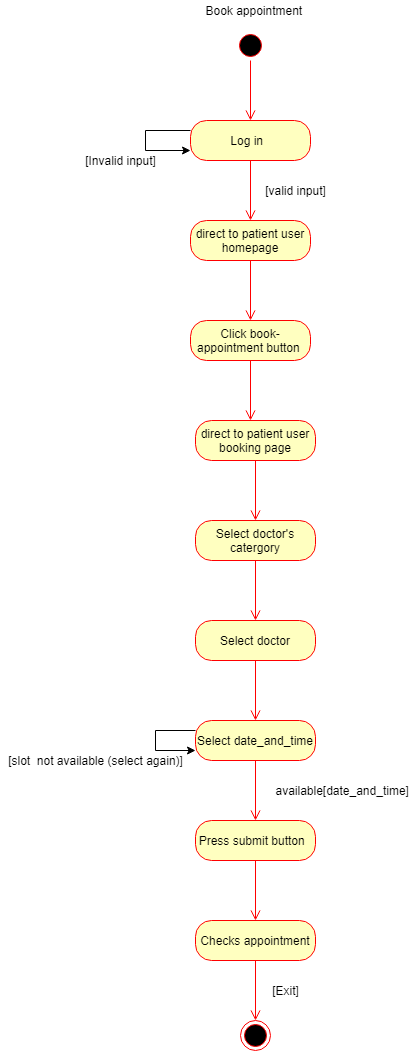
Before: case diagrams sprint 2/state diagram.png, a diagram exported from draw.io (MayibongweEyeMagic/Doctors_AID). Source tidied: cells renumbered, new cells last; positions are measured from the earlier drawing's top-left corner, leaving out a move shared by most shapes. Source of this version:
```xml
<mxGraphModel>
  <root>
    <mxCell id="0" />
    <mxCell id="1" parent="0" />
    <mxCell id="2" style="ellipse;html=1;shape=startState;fillColor=#000000;strokeColor=#ff0000;" parent="1" vertex="1">
      <mxGeometry x="235" y="30" width="30" height="30" as="geometry" />
    </mxCell>
    <mxCell id="3" style="edgeStyle=orthogonalEdgeStyle;html=1;verticalAlign=bottom;endArrow=open;endSize=8;strokeColor=#ff0000;rounded=0;" parent="1" edge="1" source="2">
      <mxGeometry relative="1" as="geometry">
        <mxPoint x="250" y="120" as="targetPoint" />
      </mxGeometry>
    </mxCell>
    <mxCell id="4" value="Log in&amp;nbsp;&amp;nbsp;" style="rounded=1;whiteSpace=wrap;html=1;arcSize=40;fontColor=#000000;fillColor=#ffffc0;strokeColor=#ff0000;" parent="1" vertex="1">
      <mxGeometry x="190" y="120" width="120" height="40" as="geometry" />
    </mxCell>
    <mxCell id="5" style="edgeStyle=orthogonalEdgeStyle;html=1;verticalAlign=bottom;endArrow=open;endSize=8;strokeColor=#ff0000;rounded=0;" parent="1" edge="1" source="4">
      <mxGeometry relative="1" as="geometry">
        <mxPoint x="250" y="220" as="targetPoint" />
      </mxGeometry>
    </mxCell>
    <mxCell id="6" value="direct to patient user homepage" style="rounded=1;whiteSpace=wrap;html=1;arcSize=40;fontColor=#000000;fillColor=#ffffc0;strokeColor=#ff0000;" parent="1" vertex="1">
      <mxGeometry x="190" y="220" width="120" height="40" as="geometry" />
    </mxCell>
    <mxCell id="7" style="edgeStyle=orthogonalEdgeStyle;html=1;verticalAlign=bottom;endArrow=open;endSize=8;strokeColor=#ff0000;rounded=0;" parent="1" edge="1" source="6">
      <mxGeometry relative="1" as="geometry">
        <mxPoint x="250" y="320" as="targetPoint" />
      </mxGeometry>
    </mxCell>
    <mxCell id="8" value="[valid input]" style="text;html=1;align=center;verticalAlign=middle;strokeColor=none;" parent="1" vertex="1">
      <mxGeometry x="255" y="180" width="80" height="20" as="geometry" />
    </mxCell>
    <mxCell id="9" value="Click book-appointment button&amp;nbsp;" style="rounded=1;whiteSpace=wrap;html=1;arcSize=40;fontColor=#000000;fillColor=#ffffc0;strokeColor=#ff0000;" parent="1" vertex="1">
      <mxGeometry x="190" y="320" width="120" height="40" as="geometry" />
    </mxCell>
    <mxCell id="10" style="edgeStyle=orthogonalEdgeStyle;html=1;verticalAlign=bottom;endArrow=open;endSize=8;strokeColor=#ff0000;rounded=0;" parent="1" edge="1" source="9">
      <mxGeometry relative="1" as="geometry">
        <mxPoint x="250" y="420" as="targetPoint" />
      </mxGeometry>
    </mxCell>
    <mxCell id="11" value="direct to patient user booking page" style="rounded=1;whiteSpace=wrap;html=1;arcSize=40;fontColor=#000000;fillColor=#ffffc0;strokeColor=#ff0000;" parent="1" vertex="1">
      <mxGeometry x="195" y="420" width="120" height="40" as="geometry" />
    </mxCell>
    <mxCell id="12" style="edgeStyle=orthogonalEdgeStyle;html=1;verticalAlign=bottom;endArrow=open;endSize=8;strokeColor=#ff0000;rounded=0;" parent="1" edge="1" source="11">
      <mxGeometry relative="1" as="geometry">
        <mxPoint x="255" y="520" as="targetPoint" />
      </mxGeometry>
    </mxCell>
    <mxCell id="13" value="Select doctor's catergory" style="rounded=1;whiteSpace=wrap;html=1;arcSize=40;fontColor=#000000;fillColor=#ffffc0;strokeColor=#ff0000;" parent="1" vertex="1">
      <mxGeometry x="195" y="520" width="120" height="40" as="geometry" />
    </mxCell>
    <mxCell id="14" style="edgeStyle=orthogonalEdgeStyle;html=1;verticalAlign=bottom;endArrow=open;endSize=8;strokeColor=#ff0000;rounded=0;" parent="1" edge="1" source="13">
      <mxGeometry relative="1" as="geometry">
        <mxPoint x="255" y="620" as="targetPoint" />
      </mxGeometry>
    </mxCell>
    <mxCell id="15" value="Select doctor" style="rounded=1;whiteSpace=wrap;html=1;arcSize=40;fontColor=#000000;fillColor=#ffffc0;strokeColor=#ff0000;" parent="1" vertex="1">
      <mxGeometry x="195" y="620" width="120" height="40" as="geometry" />
    </mxCell>
    <mxCell id="16" style="edgeStyle=orthogonalEdgeStyle;html=1;verticalAlign=bottom;endArrow=open;endSize=8;strokeColor=#ff0000;rounded=0;" parent="1" edge="1" source="15">
      <mxGeometry relative="1" as="geometry">
        <mxPoint x="255" y="720" as="targetPoint" />
      </mxGeometry>
    </mxCell>
    <mxCell id="17" value="Select date_and_time" style="rounded=1;whiteSpace=wrap;html=1;arcSize=40;fontColor=#000000;fillColor=#ffffc0;strokeColor=#ff0000;" parent="1" vertex="1">
      <mxGeometry x="195" y="720" width="120" height="40" as="geometry" />
    </mxCell>
    <mxCell id="18" style="edgeStyle=orthogonalEdgeStyle;html=1;verticalAlign=bottom;endArrow=open;endSize=8;strokeColor=#ff0000;rounded=0;" parent="1" edge="1" source="17">
      <mxGeometry relative="1" as="geometry">
        <mxPoint x="255" y="820" as="targetPoint" />
      </mxGeometry>
    </mxCell>
    <mxCell id="19" value="Press submit button&amp;nbsp;&amp;nbsp;" style="rounded=1;whiteSpace=wrap;html=1;arcSize=40;fontColor=#000000;fillColor=#ffffc0;strokeColor=#ff0000;" parent="1" vertex="1">
      <mxGeometry x="195" y="820" width="120" height="40" as="geometry" />
    </mxCell>
    <mxCell id="20" style="edgeStyle=orthogonalEdgeStyle;html=1;verticalAlign=bottom;endArrow=open;endSize=8;strokeColor=#ff0000;rounded=0;" parent="1" edge="1" source="19">
      <mxGeometry relative="1" as="geometry">
        <mxPoint x="255" y="920" as="targetPoint" />
      </mxGeometry>
    </mxCell>
    <mxCell id="21" value="&amp;nbsp;available[date_and_time]" style="text;html=1;align=center;verticalAlign=middle;strokeColor=none;" parent="1" vertex="1">
      <mxGeometry x="265" y="780" width="150" height="20" as="geometry" />
    </mxCell>
    <mxCell id="22" value="Checks appointment" style="rounded=1;whiteSpace=wrap;html=1;arcSize=40;fontColor=#000000;fillColor=#ffffc0;strokeColor=#ff0000;" parent="1" vertex="1">
      <mxGeometry x="195" y="920" width="120" height="40" as="geometry" />
    </mxCell>
    <mxCell id="23" style="edgeStyle=orthogonalEdgeStyle;html=1;verticalAlign=bottom;endArrow=open;endSize=8;strokeColor=#ff0000;rounded=0;" parent="1" edge="1" source="22">
      <mxGeometry relative="1" as="geometry">
        <mxPoint x="255" y="1020" as="targetPoint" />
      </mxGeometry>
    </mxCell>
    <mxCell id="24" style="ellipse;html=1;shape=endState;fillColor=#000000;strokeColor=#ff0000;" parent="1" vertex="1">
      <mxGeometry x="240" y="1020" width="30" height="30" as="geometry" />
    </mxCell>
    <mxCell id="25" style="endArrow=classic;html=1;rounded=0;edgeStyle=orthogonalEdgeStyle;entryX=0;entryY=0.75;entryDx=0;entryDy=0;exitX=0;exitY=0.25;exitDx=0;exitDy=0;" parent="1" edge="1" source="4" target="4">
      <mxGeometry relative="1" as="geometry">
        <Array as="points">
          <mxPoint x="145" y="130" />
          <mxPoint x="145" y="150" />
        </Array>
      </mxGeometry>
    </mxCell>
    <mxCell id="26" style="endArrow=classic;html=1;rounded=0;edgeStyle=orthogonalEdgeStyle;entryX=0;entryY=0.75;entryDx=0;entryDy=0;exitX=0;exitY=0.25;exitDx=0;exitDy=0;" parent="1" edge="1">
      <mxGeometry relative="1" as="geometry">
        <mxPoint x="195" y="730" as="sourcePoint" />
        <mxPoint x="195" y="750" as="targetPoint" />
        <Array as="points">
          <mxPoint x="155" y="730" />
          <mxPoint x="155" y="750" />
        </Array>
      </mxGeometry>
    </mxCell>
    <mxCell id="27" value="[slot&amp;nbsp; not available (select again)]" style="text;html=1;align=center;verticalAlign=middle;strokeColor=none;" parent="1" vertex="1">
      <mxGeometry y="750" width="190" height="20" as="geometry" />
    </mxCell>
    <mxCell id="28" value="[Invalid input]" style="text;html=1;align=center;verticalAlign=middle;strokeColor=none;" parent="1" vertex="1">
      <mxGeometry x="75" y="150" width="90" height="20" as="geometry" />
    </mxCell>
    <mxCell id="29" value="[Exit]" style="text;html=1;align=center;verticalAlign=middle;strokeColor=none;" parent="1" vertex="1">
      <mxGeometry x="265" y="980" width="40" height="20" as="geometry" />
    </mxCell>
    <mxCell id="30" value="Book appointment&amp;nbsp;" style="text;html=1;align=center;verticalAlign=middle;strokeColor=none;" parent="1" vertex="1">
      <mxGeometry x="195" width="120" height="20" as="geometry" />
    </mxCell>
  </root>
</mxGraphModel>
```
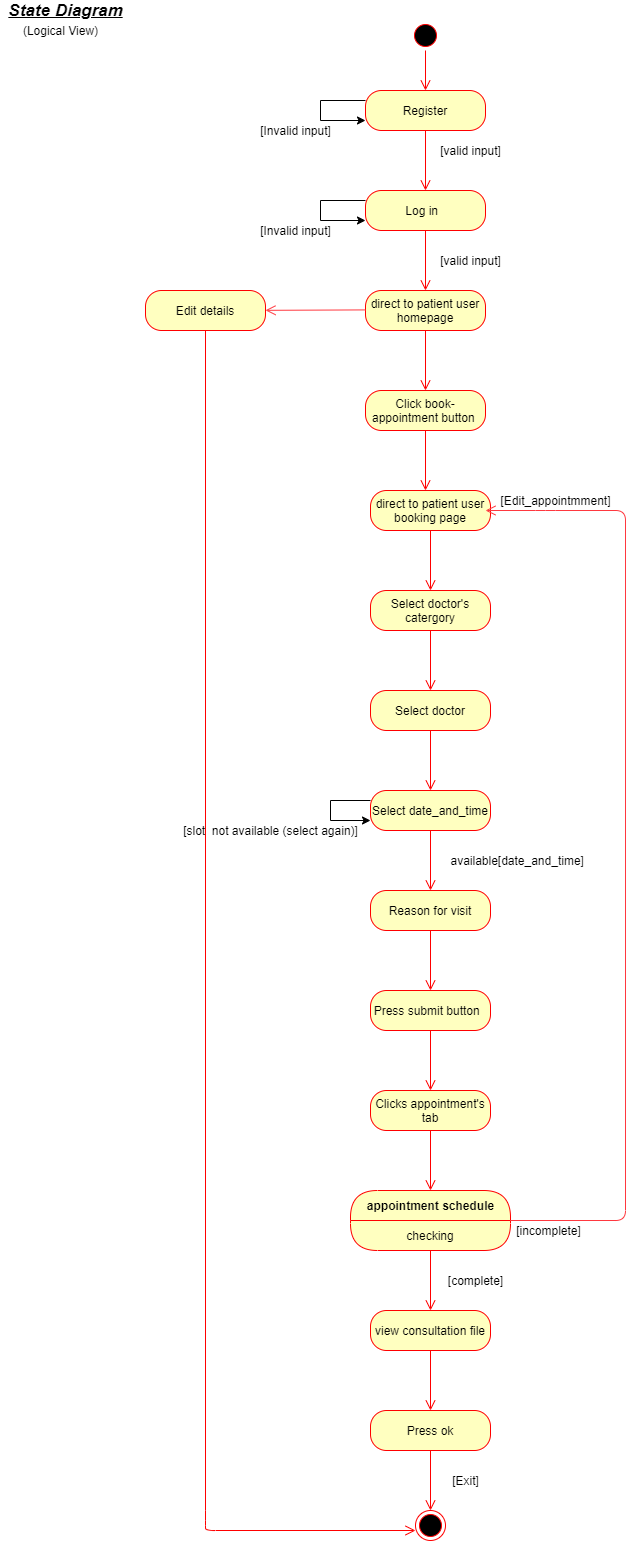
The same diagram one commit later.

Diff of the diagram source:
```diff
@@ -2,14 +2,6 @@
   <root>
     <mxCell id="0" />
     <mxCell id="1" parent="0" />
-    <mxCell id="2" style="ellipse;html=1;shape=startState;fillColor=#000000;strokeColor=#ff0000;" parent="1" vertex="1">
-      <mxGeometry x="235" y="30" width="30" height="30" as="geometry" />
-    </mxCell>
-    <mxCell id="3" style="edgeStyle=orthogonalEdgeStyle;html=1;verticalAlign=bottom;endArrow=open;endSize=8;strokeColor=#ff0000;rounded=0;" parent="1" edge="1" source="2">
-      <mxGeometry relative="1" as="geometry">
-        <mxPoint x="250" y="120" as="targetPoint" />
-      </mxGeometry>
-    </mxCell>
     <mxCell id="4" value="Log in&amp;nbsp;&amp;nbsp;" style="rounded=1;whiteSpace=wrap;html=1;arcSize=40;fontColor=#000000;fillColor=#ffffc0;strokeColor=#ff0000;" parent="1" vertex="1">
       <mxGeometry x="190" y="120" width="120" height="40" as="geometry" />
     </mxCell>
@@ -70,27 +62,16 @@
       </mxGeometry>
     </mxCell>
     <mxCell id="19" value="Press submit button&amp;nbsp;&amp;nbsp;" style="rounded=1;whiteSpace=wrap;html=1;arcSize=40;fontColor=#000000;fillColor=#ffffc0;strokeColor=#ff0000;" parent="1" vertex="1">
-      <mxGeometry x="195" y="820" width="120" height="40" as="geometry" />
+      <mxGeometry x="195" y="920" width="120" height="40" as="geometry" />
     </mxCell>
     <mxCell id="20" style="edgeStyle=orthogonalEdgeStyle;html=1;verticalAlign=bottom;endArrow=open;endSize=8;strokeColor=#ff0000;rounded=0;" parent="1" edge="1" source="19">
       <mxGeometry relative="1" as="geometry">
-        <mxPoint x="255" y="920" as="targetPoint" />
+        <mxPoint x="255" y="1020" as="targetPoint" />
       </mxGeometry>
     </mxCell>
     <mxCell id="21" value="&amp;nbsp;available[date_and_time]" style="text;html=1;align=center;verticalAlign=middle;strokeColor=none;" parent="1" vertex="1">
       <mxGeometry x="265" y="780" width="150" height="20" as="geometry" />
     </mxCell>
-    <mxCell id="22" value="Checks appointment" style="rounded=1;whiteSpace=wrap;html=1;arcSize=40;fontColor=#000000;fillColor=#ffffc0;strokeColor=#ff0000;" parent="1" vertex="1">
-      <mxGeometry x="195" y="920" width="120" height="40" as="geometry" />
-    </mxCell>
-    <mxCell id="23" style="edgeStyle=orthogonalEdgeStyle;html=1;verticalAlign=bottom;endArrow=open;endSize=8;strokeColor=#ff0000;rounded=0;" parent="1" edge="1" source="22">
-      <mxGeometry relative="1" as="geometry">
-        <mxPoint x="255" y="1020" as="targetPoint" />
-      </mxGeometry>
-    </mxCell>
-    <mxCell id="24" style="ellipse;html=1;shape=endState;fillColor=#000000;strokeColor=#ff0000;" parent="1" vertex="1">
-      <mxGeometry x="240" y="1020" width="30" height="30" as="geometry" />
-    </mxCell>
     <mxCell id="25" style="endArrow=classic;html=1;rounded=0;edgeStyle=orthogonalEdgeStyle;entryX=0;entryY=0.75;entryDx=0;entryDy=0;exitX=0;exitY=0.25;exitDx=0;exitDy=0;" parent="1" edge="1" source="4" target="4">
       <mxGeometry relative="1" as="geometry">
         <Array as="points">
@@ -115,11 +96,126 @@
     <mxCell id="28" value="[Invalid input]" style="text;html=1;align=center;verticalAlign=middle;strokeColor=none;" parent="1" vertex="1">
       <mxGeometry x="75" y="150" width="90" height="20" as="geometry" />
     </mxCell>
+    <mxCell id="31" value="Reason for visit" style="rounded=1;whiteSpace=wrap;html=1;arcSize=40;fontColor=#000000;fillColor=#ffffc0;strokeColor=#ff0000;" parent="1" vertex="1">
+      <mxGeometry x="195" y="820" width="120" height="40" as="geometry" />
+    </mxCell>
+    <mxCell id="32" style="edgeStyle=orthogonalEdgeStyle;html=1;verticalAlign=bottom;endArrow=open;endSize=8;strokeColor=#ff0000;" parent="1" edge="1" source="31">
+      <mxGeometry relative="1" as="geometry">
+        <mxPoint x="255" y="920" as="targetPoint" />
+      </mxGeometry>
+    </mxCell>
+    <mxCell id="33" value="Register" style="rounded=1;whiteSpace=wrap;html=1;arcSize=40;fontColor=#000000;fillColor=#ffffc0;strokeColor=#ff0000;" parent="1" vertex="1">
+      <mxGeometry x="190" y="20" width="120" height="40" as="geometry" />
+    </mxCell>
+    <mxCell id="34" style="edgeStyle=orthogonalEdgeStyle;html=1;verticalAlign=bottom;endArrow=open;endSize=8;strokeColor=#ff0000;" parent="1" edge="1" source="33">
+      <mxGeometry relative="1" as="geometry">
+        <mxPoint x="250" y="120" as="targetPoint" />
+      </mxGeometry>
+    </mxCell>
+    <mxCell id="35" style="endArrow=classic;html=1;rounded=0;edgeStyle=orthogonalEdgeStyle;entryX=0;entryY=0.75;entryDx=0;entryDy=0;exitX=0;exitY=0.25;exitDx=0;exitDy=0;" parent="1" edge="1">
+      <mxGeometry relative="1" as="geometry">
+        <mxPoint x="190" y="30" as="sourcePoint" />
+        <mxPoint x="190" y="50" as="targetPoint" />
+        <Array as="points">
+          <mxPoint x="145" y="30" />
+          <mxPoint x="145" y="50" />
+        </Array>
+      </mxGeometry>
+    </mxCell>
+    <mxCell id="36" value="[Invalid input]" style="text;html=1;align=center;verticalAlign=middle;strokeColor=none;" parent="1" vertex="1">
+      <mxGeometry x="75" y="50" width="90" height="20" as="geometry" />
+    </mxCell>
+    <mxCell id="37" value="[valid input]" style="text;html=1;align=center;verticalAlign=middle;strokeColor=none;" parent="1" vertex="1">
+      <mxGeometry x="255" y="70" width="80" height="20" as="geometry" />
+    </mxCell>
+    <mxCell id="38" style="ellipse;html=1;shape=startState;fillColor=#000000;strokeColor=#ff0000;" parent="1" vertex="1">
+      <mxGeometry x="235" y="-50" width="30" height="30" as="geometry" />
+    </mxCell>
+    <mxCell id="39" style="edgeStyle=orthogonalEdgeStyle;html=1;verticalAlign=bottom;endArrow=open;endSize=8;strokeColor=#ff0000;" parent="1" edge="1" source="38">
+      <mxGeometry relative="1" as="geometry">
+        <mxPoint x="250" y="20" as="targetPoint" />
+      </mxGeometry>
+    </mxCell>
+    <mxCell id="40" value="[Edit_appointmment]" style="text;html=1;align=center;verticalAlign=middle;strokeColor=none;" parent="1" vertex="1">
+      <mxGeometry x="315" y="420" width="130" height="20" as="geometry" />
+    </mxCell>
+    <mxCell id="41" value="Clicks appointment's tab" style="rounded=1;whiteSpace=wrap;html=1;arcSize=40;fontColor=#000000;fillColor=#ffffc0;strokeColor=#ff0000;" parent="1" vertex="1">
+      <mxGeometry x="195" y="1020" width="120" height="40" as="geometry" />
+    </mxCell>
+    <mxCell id="42" style="edgeStyle=orthogonalEdgeStyle;html=1;verticalAlign=bottom;endArrow=open;endSize=8;strokeColor=#ff0000;" parent="1" edge="1" source="41">
+      <mxGeometry relative="1" as="geometry">
+        <mxPoint x="255" y="1120" as="targetPoint" />
+      </mxGeometry>
+    </mxCell>
+    <mxCell id="43" value="appointment schedule" style="swimlane;html=1;fontStyle=1;align=center;verticalAlign=middle;horizontal=1;startSize=30;fontColor=#000000;rounded=1;arcSize=30;strokeColor=#ff0000;fillColor=#ffffc0;swimlaneFillColor=#ffffc0;" parent="1" vertex="1">
+      <mxGeometry x="175" y="1120" width="160" height="60" as="geometry" />
+    </mxCell>
+    <mxCell id="44" value="checking" style="text;html=1;strokeColor=none;fillColor=none;align=center;verticalAlign=middle;spacingLeft=4;spacingRight=4;whiteSpace=wrap;overflow=hidden;fontColor=#000000;" parent="43" vertex="1">
+      <mxGeometry y="30" width="160" height="30" as="geometry" />
+    </mxCell>
+    <mxCell id="45" style="edgeStyle=orthogonalEdgeStyle;html=1;verticalAlign=bottom;endArrow=open;endSize=8;strokeColor=#ff0000;" parent="1" edge="1" source="43">
+      <mxGeometry relative="1" as="geometry">
+        <mxPoint x="255" y="1240" as="targetPoint" />
+      </mxGeometry>
+    </mxCell>
+    <mxCell id="46" value="&lt;font style=&quot;font-size: 12px&quot;&gt;[incomplete]&lt;/font&gt;" style="html=1;verticalAlign=bottom;endArrow=open;endSize=8;fillColor=#FF0F0F;strokeColor=#FF383F;exitX=1;exitY=0;exitDx=0;exitDy=0;" parent="1" edge="1" source="44">
+      <mxGeometry x="-0.92" y="-20" relative="1" as="geometry">
+        <mxPoint x="310" y="440" as="targetPoint" />
+        <Array as="points">
+          <mxPoint x="450" y="1150" />
+          <mxPoint x="450" y="440" />
+          <mxPoint x="370" y="440" />
+        </Array>
+      </mxGeometry>
+    </mxCell>
+    <mxCell id="47" value="[complete]" style="text;html=1;align=center;verticalAlign=middle;strokeColor=none;" parent="1" vertex="1">
+      <mxGeometry x="265" y="1200" width="70" height="20" as="geometry" />
+    </mxCell>
+    <mxCell id="48" value="view consultation file" style="rounded=1;whiteSpace=wrap;html=1;arcSize=40;fontColor=#000000;fillColor=#ffffc0;strokeColor=#ff0000;" parent="1" vertex="1">
+      <mxGeometry x="195" y="1240" width="120" height="40" as="geometry" />
+    </mxCell>
+    <mxCell id="49" style="edgeStyle=orthogonalEdgeStyle;html=1;verticalAlign=bottom;endArrow=open;endSize=8;strokeColor=#ff0000;fillColor=#FF0F0F;" parent="1" edge="1" source="48">
+      <mxGeometry relative="1" as="geometry">
+        <mxPoint x="255" y="1340" as="targetPoint" />
+      </mxGeometry>
+    </mxCell>
+    <mxCell id="50" value="Press ok" style="rounded=1;whiteSpace=wrap;html=1;arcSize=40;fontColor=#000000;fillColor=#ffffc0;strokeColor=#ff0000;" parent="1" vertex="1">
+      <mxGeometry x="195" y="1340" width="120" height="40" as="geometry" />
+    </mxCell>
+    <mxCell id="51" style="edgeStyle=orthogonalEdgeStyle;html=1;verticalAlign=bottom;endArrow=open;endSize=8;strokeColor=#ff0000;fillColor=#FF0F0F;" parent="1" edge="1" source="50">
+      <mxGeometry relative="1" as="geometry">
+        <mxPoint x="255" y="1440" as="targetPoint" />
+      </mxGeometry>
+    </mxCell>
+    <mxCell id="52" style="ellipse;html=1;shape=endState;fillColor=#000000;strokeColor=#ff0000;" parent="1" vertex="1">
+      <mxGeometry x="240" y="1440" width="30" height="30" as="geometry" />
+    </mxCell>
     <mxCell id="29" value="[Exit]" style="text;html=1;align=center;verticalAlign=middle;strokeColor=none;" parent="1" vertex="1">
-      <mxGeometry x="265" y="980" width="40" height="20" as="geometry" />
+      <mxGeometry x="270" y="1400" width="40" height="20" as="geometry" />
     </mxCell>
-    <mxCell id="30" value="Book appointment&amp;nbsp;" style="text;html=1;align=center;verticalAlign=middle;strokeColor=none;" parent="1" vertex="1">
-      <mxGeometry x="195" width="120" height="20" as="geometry" />
-    </mxCell>
+    <mxCell id="53" style="html=1;verticalAlign=bottom;endArrow=open;endSize=8;strokeColor=#FF383F;fillColor=#FF0F0F;" parent="1" edge="1">
+      <mxGeometry relative="1" as="geometry">
+        <mxPoint x="190" y="239.4" as="sourcePoint" />
+        <mxPoint x="90" y="239.8" as="targetPoint" />
+      </mxGeometry>
+    </mxCell>
+    <mxCell id="54" value="Edit details" style="rounded=1;whiteSpace=wrap;html=1;arcSize=40;fontColor=#000000;fillColor=#ffffc0;strokeColor=#ff0000;" parent="1" vertex="1">
+      <mxGeometry x="-30" y="220" width="120" height="40" as="geometry" />
+    </mxCell>
+    <mxCell id="55" style="edgeStyle=orthogonalEdgeStyle;html=1;verticalAlign=bottom;endArrow=open;endSize=8;strokeColor=#ff0000;fillColor=#FF0F0F;" parent="1" edge="1" source="54">
+      <mxGeometry relative="1" as="geometry">
+        <mxPoint x="240" y="1460" as="targetPoint" />
+        <Array as="points">
+          <mxPoint x="30" y="1450" />
+          <mxPoint x="30" y="1450" />
+        </Array>
+      </mxGeometry>
+    </mxCell>
+    <mxCell id="56" value="&lt;font style=&quot;font-size: 17px&quot;&gt;State Diagram&lt;/font&gt;" style="text;html=1;align=center;verticalAlign=middle;strokeColor=none;fontStyle=7;" parent="1" vertex="1">
+      <mxGeometry x="-175" y="-70" width="130" height="20" as="geometry" />
+    </mxCell>
+    <mxCell id="57" value="(Logical View)" style="text;html=1;align=center;verticalAlign=middle;strokeColor=none;" parent="1" vertex="1">
+      <mxGeometry x="-160" y="-50" width="90" height="20" as="geometry" />
+    </mxCell>
   </root>
 </mxGraphModel>
```
